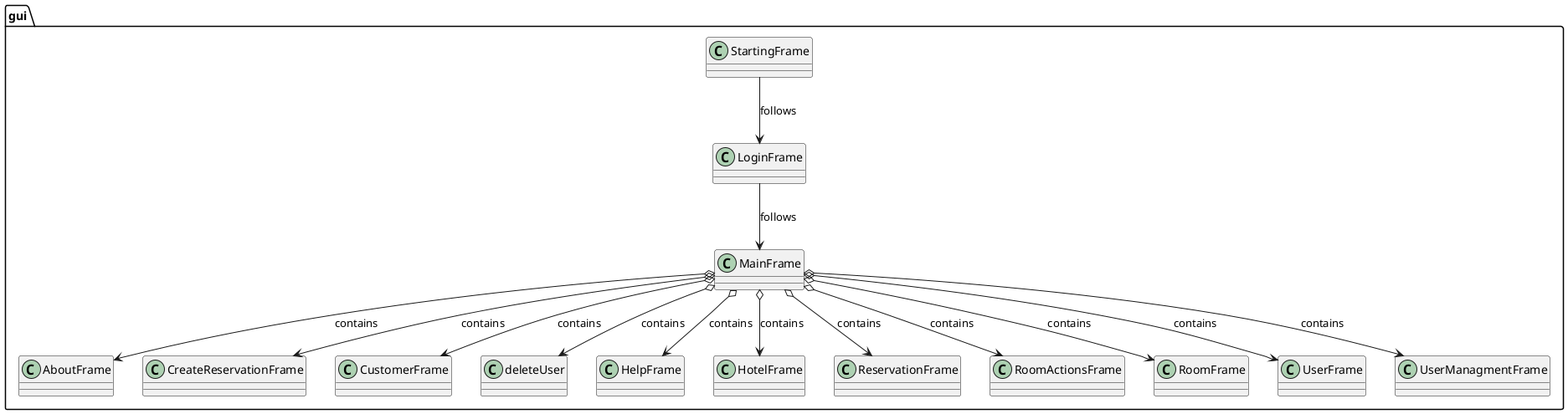
Earlier version of the PlantUML export docs/uml/gui.png (DMG-TechLabs/hotel-manager).
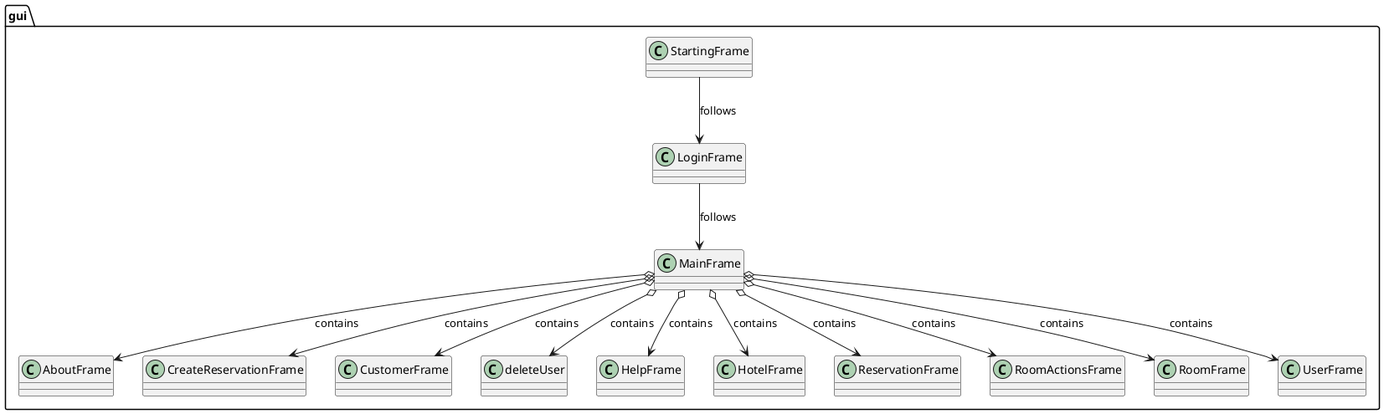
Above is the later version.

Commit message:
updated class uml diagrams

What changed in the source:
```diff
@@ -14,7 +14,6 @@
     class RoomFrame
     class StartingFrame
     class UserFrame
-    class UserManagmentFrame
 }
 
 StartingFrame --> LoginFrame : follows
@@ -30,6 +29,5 @@
 MainFrame o--> RoomActionsFrame : contains
 MainFrame o--> RoomFrame : contains
 MainFrame o--> UserFrame : contains
-MainFrame o--> UserManagmentFrame : contains
 
 @enduml
```
